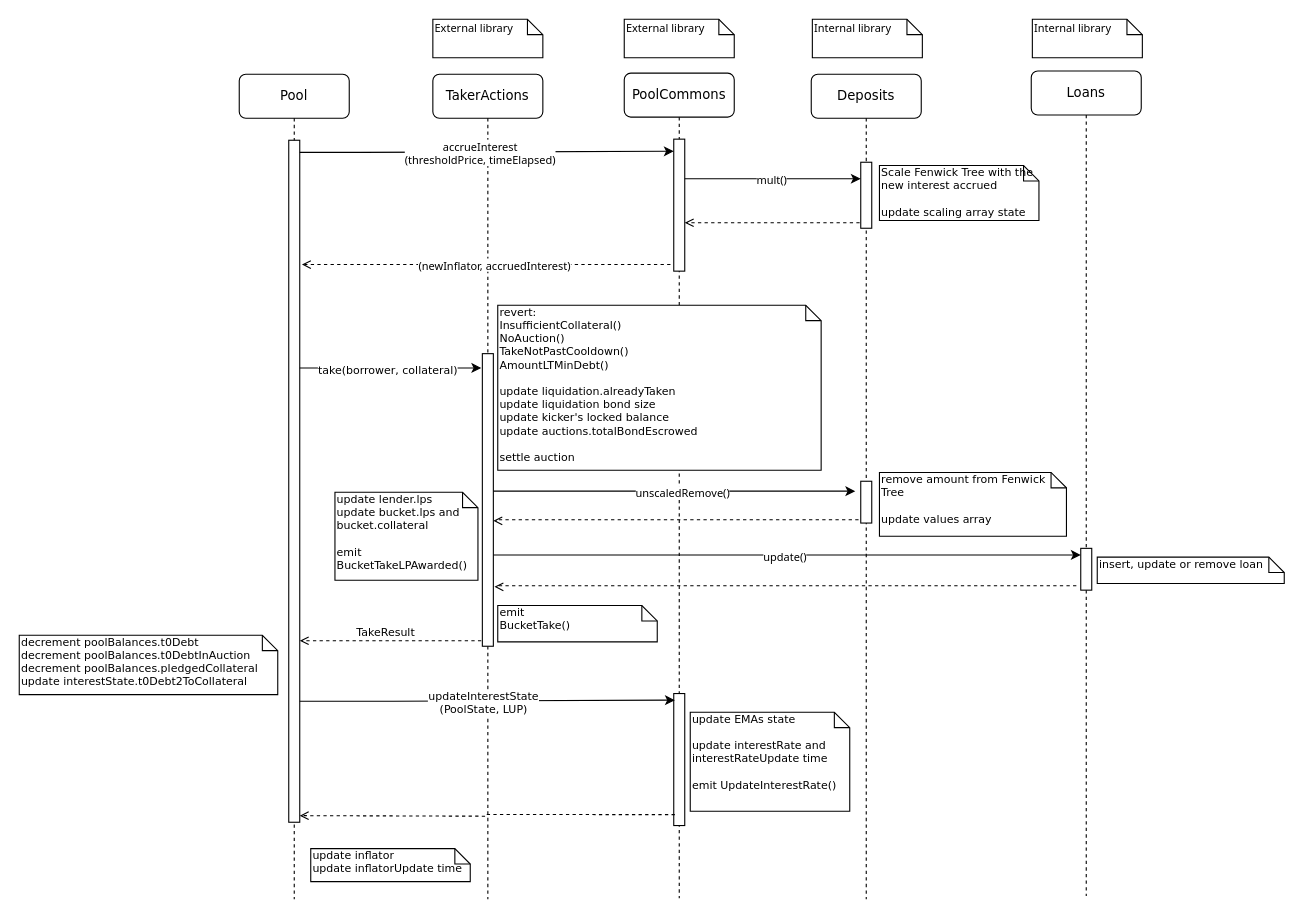
Before: docs/drawio/bucketTake.drawio in ajna-finance/ajna-core, a draw.io diagram. Source tidied: cells renumbered, new cells numbered last; positions are measured from the earlier drawing's top-left corner, leaving out a move shared by most shapes. Both pictures are drawn from the tidied source at 110%, with x=0, y=0 at pixel (19, 19).
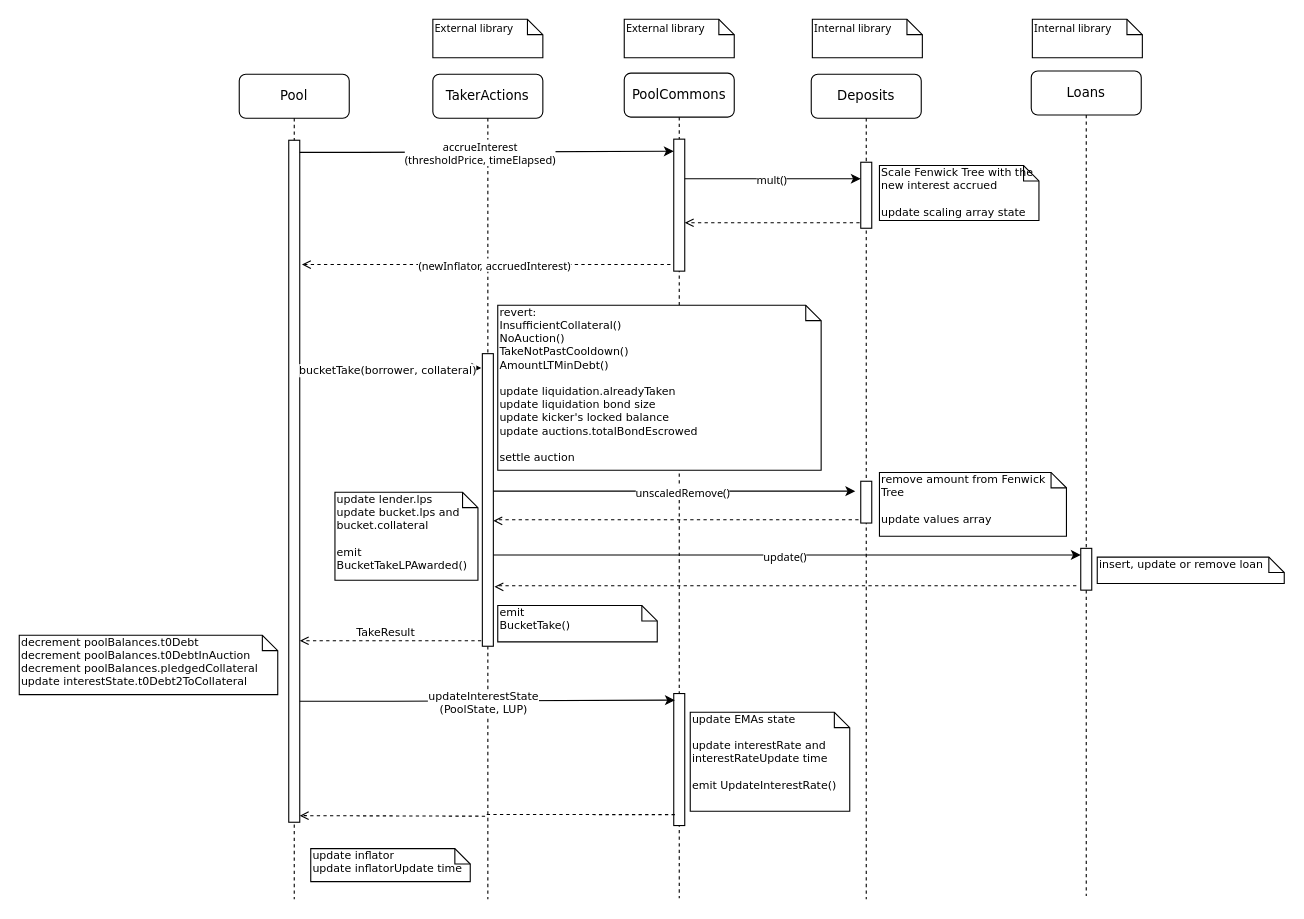
The same diagram, later.

The change refers to these unchanged cells:
```xml
<mxCell id="24" style="edgeStyle=orthogonalEdgeStyle;rounded=0;orthogonalLoop=1;jettySize=auto;html=1;fontFamily=Verdana;fontSize=10;endArrow=classic;endFill=1;" parent="1" edge="1">
  <mxGeometry relative="1" as="geometry">
    <mxPoint x="255" y="317" as="sourcePoint" />
    <mxPoint x="420" y="317" as="targetPoint" />
    <Array as="points">
      <mxPoint x="290" y="317" />
      <mxPoint x="290" y="317" />
    </Array>
  </mxGeometry>
</mxCell>
```

The edit, as a diff of the source:
```diff
@@
-    <mxCell id="25" value="take(borrower, collateral)" style="edgeLabel;html=1;align=center;verticalAlign=middle;fontSize=10;fontFamily=Verdana;" parent="24" vertex="1">
+    <mxCell id="25" value="bucketTake(borrower, collateral)" style="edgeLabel;html=1;align=center;verticalAlign=middle;fontSize=10;fontFamily=Verdana;" parent="24" vertex="1">
       <mxGeometry x="-0.15" y="-2" relative="1" as="geometry">
         <mxPoint x="9" y="-1" as="offset" />
       </mxGeometry>
     </mxCell>
```
